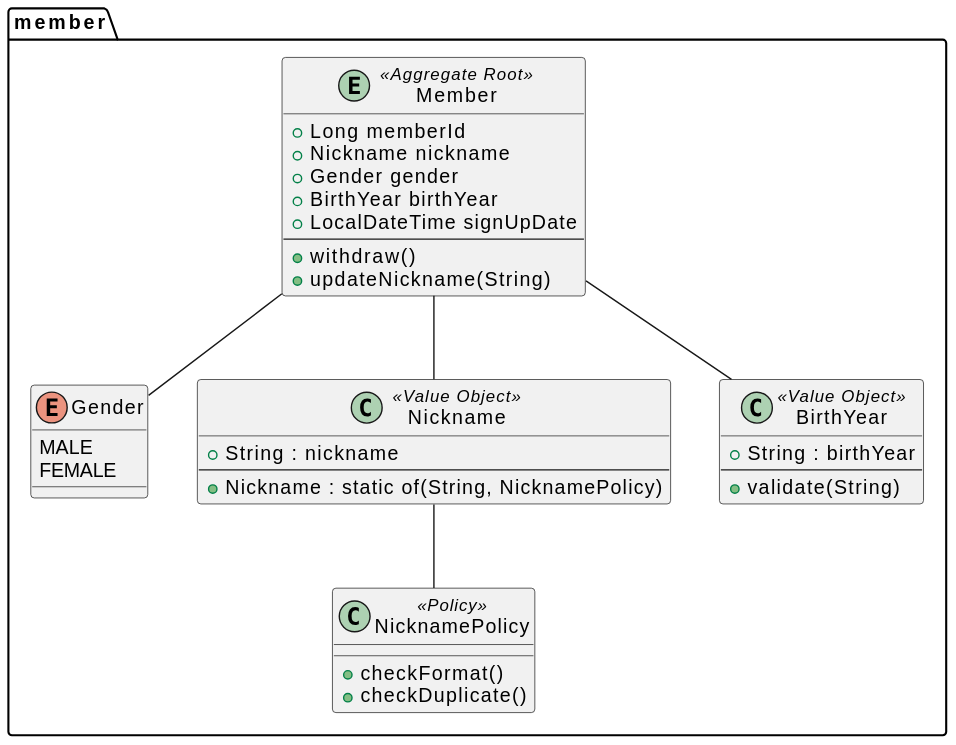
SimpleBoardTeam/simpleBoard-server keeps this PlantUML diagram as document/puml/domain/membercontext/memberAggregate.svg. Above is the earlier version.
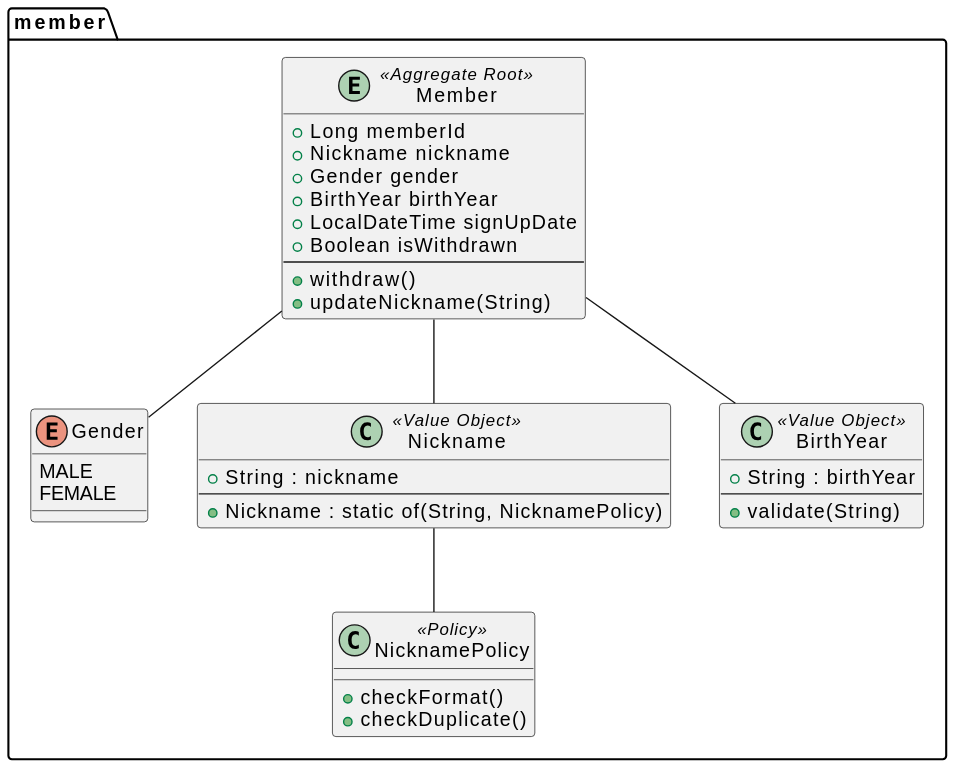
Later version of the same file.

Change to the diagram source:
```diff
@@ -6,6 +6,7 @@
     +Gender gender
     +BirthYear birthYear
     +LocalDateTime signUpDate
+    +Boolean isWithdrawn
     --
     +withdraw()
     +updateNickname(String)
```
